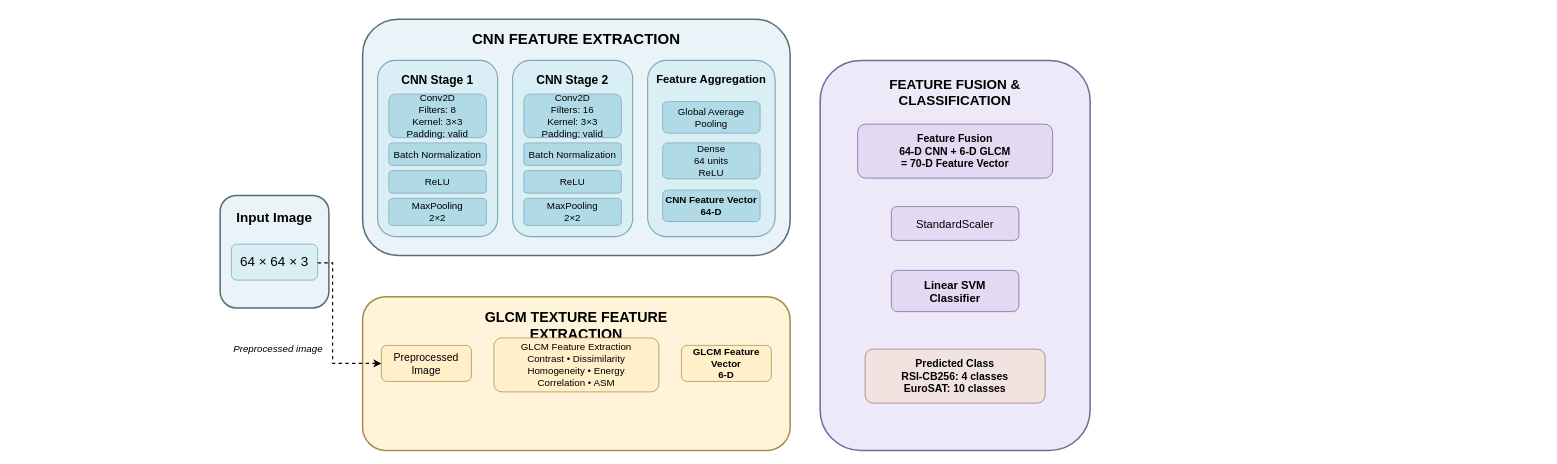
Earlier version of the draw.io diagram cnn glcm architecture.drawio (fac010150-cyber/draw_io). Source tidied: cells renumbered, new cells numbered last; positions are measured from the earlier drawing's top-left corner, leaving out a move shared by most shapes. Both pictures are drawn from the tidied source at 75%, with x=0, y=0 at pixel (220, 19).
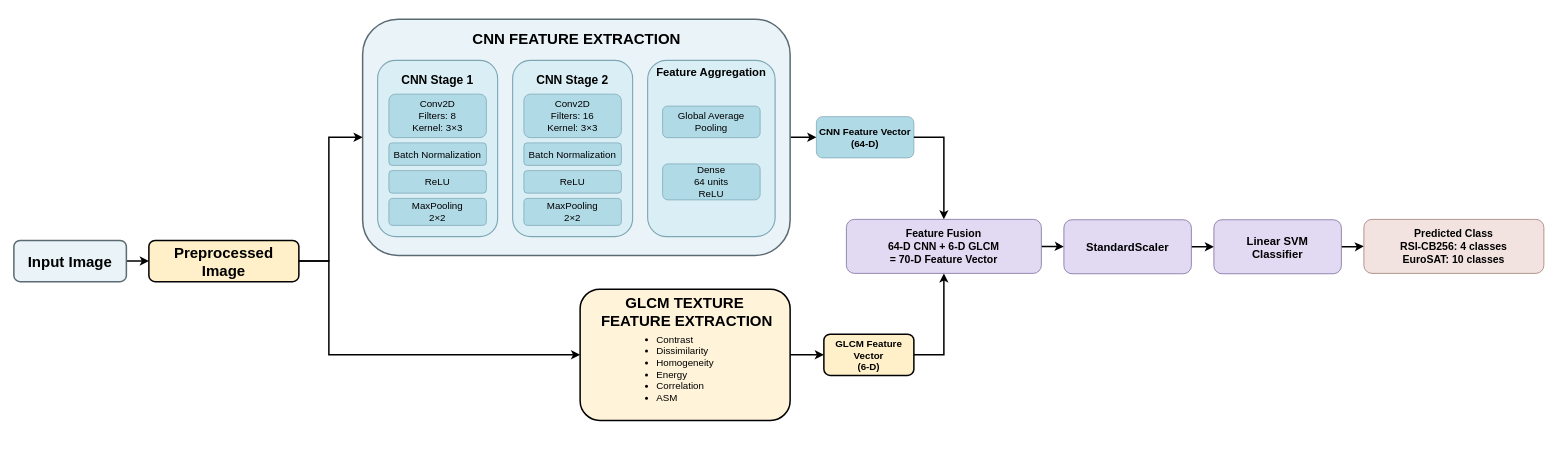
The same diagram, later.

The change refers to these unchanged cells:
```xml
<mxCell id="5" style="rounded=1;whiteSpace=wrap;html=1;fillColor=#EAF4F8;strokeColor=#5B6B73;strokeWidth=2;" parent="1" vertex="1">
  <mxGeometry x="190" width="570" height="315" as="geometry" />
</mxCell>
```

Change to the diagram source:
```diff
@@
+    <mxCell id="55" style="edgeStyle=orthogonalEdgeStyle;rounded=0;jettySize=auto;html=1;strokeWidth=2;" parent="1" edge="1" source="2" target="26">
+      <mxGeometry relative="1" as="geometry" />
+    </mxCell>
-    <mxCell id="2" style="rounded=1;whiteSpace=wrap;html=1;fillColor=#EAF4F8;strokeColor=#5B6B73;strokeWidth=2;" parent="1" vertex="1">
-      <mxGeometry y="235" width="145" height="150" as="geometry" />
+    <mxCell id="2" value="&lt;div&gt;&lt;font style=&quot;font-size: 20px;&quot;&gt;&lt;b&gt;Input Image&lt;/b&gt;&lt;/font&gt;&lt;/div&gt;" style="rounded=1;whiteSpace=wrap;html=1;fillColor=#EAF4F8;strokeColor=#5B6B73;strokeWidth=2;" parent="1" vertex="1">
+      <mxGeometry x="-275" y="295" width="150" height="55" as="geometry" />
     </mxCell>
-    <mxCell id="3" value="Input Image" style="text;html=1;whiteSpace=wrap;strokeColor=none;fillColor=none;fontStyle=1;fontSize=18;align=center;verticalAlign=middle;" parent="1" vertex="1">
-      <mxGeometry x="15" y="250" width="115" height="30" as="geometry" />
-    </mxCell>
-    <mxCell id="4" value="64 × 64 × 3" style="rounded=1;whiteSpace=wrap;html=1;fillColor=#D9EEF5;strokeColor=#7EA7B5;fontSize=18;" parent="1" vertex="1">
-      <mxGeometry x="15" y="300" width="115" height="48" as="geometry" />
-    </mxCell>
+    <mxCell id="56" style="edgeStyle=orthogonalEdgeStyle;rounded=0;jettySize=auto;html=1;strokeWidth=2;" parent="1" edge="1" source="5" target="23">
+      <mxGeometry relative="1" as="geometry" />
+    </mxCell>
@@
     <mxCell id="6" value="CNN FEATURE EXTRACTION" style="text;html=1;whiteSpace=wrap;strokeColor=none;fillColor=none;fontStyle=1;fontSize=20;align=center;verticalAlign=middle;" parent="1" vertex="1">
-      <mxGeometry x="335" y="10" width="280" height="30" as="geometry" />
+      <mxGeometry x="322.5" y="10" width="305" height="30" as="geometry" />
     </mxCell>
@@
-    <mxCell id="9" value="Conv2D&lt;br&gt;Filters: 8&lt;br&gt;Kernel: 3×3&lt;br&gt;Padding: valid" style="rounded=1;whiteSpace=wrap;html=1;fillColor=#B1DAE7;strokeColor=#7EA7B5;fontSize=13;" parent="1" vertex="1">
+    <mxCell id="9" value="Conv2D&lt;br&gt;Filters: 8&lt;br&gt;Kernel: 3×3" style="rounded=1;whiteSpace=wrap;html=1;fillColor=#B1DAE7;strokeColor=#7EA7B5;fontSize=13;" parent="1" vertex="1">
       <mxGeometry x="225" y="100" width="130" height="58" as="geometry" />
     </mxCell>
@@
-    <mxCell id="15" value="Conv2D&lt;br&gt;Filters: 16&lt;br&gt;Kernel: 3×3&lt;br&gt;Padding: valid" style="rounded=1;whiteSpace=wrap;html=1;fillColor=#B1DAE7;strokeColor=#7EA7B5;fontSize=13;" parent="1" vertex="1">
+    <mxCell id="15" value="Conv2D&lt;br&gt;Filters: 16&lt;br&gt;Kernel: 3×3" style="rounded=1;whiteSpace=wrap;html=1;fillColor=#B1DAE7;strokeColor=#7EA7B5;fontSize=13;" parent="1" vertex="1">
       <mxGeometry x="405" y="100" width="130" height="58" as="geometry" />
     </mxCell>
@@
     <mxCell id="20" value="Feature Aggregation" style="text;html=1;whiteSpace=wrap;strokeColor=none;fillColor=none;fontStyle=1;fontSize=15;align=center;" parent="1" vertex="1">
-      <mxGeometry x="580" y="65" width="150" height="28" as="geometry" />
+      <mxGeometry x="580" y="55" width="150" height="28" as="geometry" />
     </mxCell>
     <mxCell id="21" value="Global Average&lt;br&gt;Pooling" style="rounded=1;whiteSpace=wrap;html=1;fillColor=#B1DAE7;strokeColor=#7EA7B5;fontSize=13;" parent="1" vertex="1">
-      <mxGeometry x="590" y="110" width="130" height="42" as="geometry" />
+      <mxGeometry x="590" y="116" width="130" height="42" as="geometry" />
     </mxCell>
     <mxCell id="22" value="Dense&lt;br&gt;64 units&lt;br&gt;ReLU" style="rounded=1;whiteSpace=wrap;html=1;fillColor=#B1DAE7;strokeColor=#7EA7B5;fontSize=13;" parent="1" vertex="1">
-      <mxGeometry x="590" y="165" width="130" height="48" as="geometry" />
+      <mxGeometry x="590" y="193" width="130" height="48" as="geometry" />
     </mxCell>
-    <mxCell id="23" value="CNN Feature Vector&lt;br&gt;64-D" style="rounded=1;whiteSpace=wrap;html=1;fillColor=#B1DAE7;strokeColor=#7EA7B5;fontSize=13;fontStyle=1;" parent="1" vertex="1">
-      <mxGeometry x="590" y="228" width="130" height="42" as="geometry" />
+    <mxCell id="23" value="CNN Feature Vector&lt;br&gt;(64-D)" style="rounded=1;whiteSpace=wrap;html=1;fillColor=#B1DAE7;strokeColor=#7EA7B5;fontSize=13;fontStyle=1;" parent="1" vertex="1">
+      <mxGeometry x="795" y="130" width="130" height="55" as="geometry" />
     </mxCell>
+    <mxCell id="57" style="edgeStyle=orthogonalEdgeStyle;rounded=0;jettySize=auto;html=1;strokeWidth=2;" parent="1" edge="1" source="24" target="28">
+      <mxGeometry relative="1" as="geometry" />
+    </mxCell>
-    <mxCell id="24" style="rounded=1;whiteSpace=wrap;html=1;fillColor=#FFF4DA;strokeColor=#A88B52;strokeWidth=2;" parent="1" vertex="1">
-      <mxGeometry x="190" y="370" width="570" height="205" as="geometry" />
+    <mxCell id="24" style="rounded=1;whiteSpace=wrap;html=1;fillColor=#FFF4DA;strokeColor=light-dark(#000000,#8B7241);strokeWidth=2;" parent="1" vertex="1">
+      <mxGeometry x="480" y="360" width="280" height="175" as="geometry" />
     </mxCell>
-    <mxCell id="25" value="GLCM TEXTURE FEATURE EXTRACTION" style="text;html=1;whiteSpace=wrap;strokeColor=none;fillColor=none;fontStyle=1;fontSize=19;align=center;" parent="1" vertex="1">
-      <mxGeometry x="330" y="380" width="290" height="30" as="geometry" />
+    <mxCell id="25" value="&lt;div&gt;GLCM TEXTURE&amp;nbsp;&lt;/div&gt;&lt;div&gt;FEATURE EXTRACTION&lt;/div&gt;" style="text;html=1;whiteSpace=wrap;strokeColor=none;fillColor=none;fontStyle=1;fontSize=20;align=center;" parent="1" vertex="1">
+      <mxGeometry x="430" y="360" width="385" height="30" as="geometry" />
     </mxCell>
-    <mxCell id="26" value="Preprocessed&lt;br&gt;Image" style="rounded=1;whiteSpace=wrap;html=1;fillColor=#FFF0C9;strokeColor=#A88B52;fontSize=14;" parent="1" vertex="1">
-      <mxGeometry x="215" y="435" width="120" height="48" as="geometry" />
+    <mxCell id="26" value="Preprocessed&lt;br&gt;Image" style="rounded=1;whiteSpace=wrap;html=1;fillColor=#FFF0C9;strokeColor=#000000;fontSize=20;fontStyle=1;strokeWidth=2;" parent="1" vertex="1">
+      <mxGeometry x="-95" y="295" width="200" height="55" as="geometry" />
     </mxCell>
-    <mxCell id="27" value="GLCM Feature Extraction&lt;br&gt;Contrast • Dissimilarity&lt;br&gt;Homogeneity • Energy&lt;br&gt;Correlation • ASM" style="rounded=1;whiteSpace=wrap;html=1;fillColor=#FFF0C9;strokeColor=#A88B52;fontSize=13;" parent="1" vertex="1">
-      <mxGeometry x="365" y="425" width="220" height="72" as="geometry" />
-    </mxCell>
-    <mxCell id="28" value="GLCM Feature Vector&lt;br&gt;6-D" style="rounded=1;whiteSpace=wrap;html=1;fillColor=#FFF0C9;strokeColor=#A88B52;fontSize=13;fontStyle=1;" parent="1" vertex="1">
-      <mxGeometry x="615" y="435" width="120" height="48" as="geometry" />
+    <mxCell id="28" value="&lt;div&gt;GLCM Feature Vector&lt;/div&gt;&lt;div&gt;(6-D)&lt;/div&gt;" style="rounded=1;whiteSpace=wrap;html=1;fillColor=#FFF0C9;strokeColor=#000000;fontSize=13;fontStyle=1;strokeWidth=2;" parent="1" vertex="1">
+      <mxGeometry x="805" y="420" width="120" height="55" as="geometry" />
     </mxCell>
-    <mxCell id="29" style="rounded=1;whiteSpace=wrap;html=1;fillColor=#EEE9F8;strokeColor=#76689A;strokeWidth=2;" parent="1" vertex="1">
-      <mxGeometry x="800" y="55" width="360" height="520" as="geometry" />
-    </mxCell>
-    <mxCell id="30" value="FEATURE FUSION &amp; CLASSIFICATION" style="text;html=1;whiteSpace=wrap;strokeColor=none;fillColor=none;fontStyle=1;fontSize=18;align=center;" parent="1" vertex="1">
-      <mxGeometry x="820" y="70" width="320" height="30" as="geometry" />
-    </mxCell>
+    <mxCell id="58" style="edgeStyle=orthogonalEdgeStyle;rounded=0;jettySize=auto;html=1;strokeWidth=2;" parent="1" edge="1" source="31" target="32">
+      <mxGeometry relative="1" as="geometry" />
+    </mxCell>
     <mxCell id="31" value="Feature Fusion&lt;br&gt;64-D CNN + 6-D GLCM&lt;br&gt;= 70-D Feature Vector" style="rounded=1;whiteSpace=wrap;html=1;fillColor=#E2D9F3;strokeColor=#76689A;fontSize=14;fontStyle=1;" parent="1" vertex="1">
-      <mxGeometry x="850" y="140" width="260" height="72" as="geometry" />
+      <mxGeometry x="835" y="267" width="260" height="72" as="geometry" />
     </mxCell>
+    <mxCell id="59" style="edgeStyle=orthogonalEdgeStyle;rounded=0;jettySize=auto;html=1;strokeWidth=2;" parent="1" edge="1" source="32" target="33">
+      <mxGeometry relative="1" as="geometry" />
+    </mxCell>
-    <mxCell id="32" value="StandardScaler" style="rounded=1;whiteSpace=wrap;html=1;fillColor=#E2D9F3;strokeColor=#76689A;fontSize=15;" parent="1" vertex="1">
-      <mxGeometry x="895" y="250" width="170" height="45" as="geometry" />
+    <mxCell id="32" value="StandardScaler" style="rounded=1;whiteSpace=wrap;html=1;fillColor=#E2D9F3;strokeColor=#76689A;fontSize=15;fontStyle=1;" parent="1" vertex="1">
+      <mxGeometry x="1125" y="267.5" width="170" height="72" as="geometry" />
     </mxCell>
+    <mxCell id="60" style="edgeStyle=orthogonalEdgeStyle;rounded=0;jettySize=auto;html=1;strokeWidth=2;" parent="1" edge="1" source="33" target="34">
+      <mxGeometry relative="1" as="geometry" />
+    </mxCell>
     <mxCell id="33" value="Linear SVM&lt;br&gt;Classifier" style="rounded=1;whiteSpace=wrap;html=1;fillColor=#E2D9F3;strokeColor=#76689A;fontSize=15;fontStyle=1;" parent="1" vertex="1">
-      <mxGeometry x="895" y="335" width="170" height="55" as="geometry" />
+      <mxGeometry x="1325" y="267.5" width="170" height="72" as="geometry" />
     </mxCell>
     <mxCell id="34" value="Predicted Class&lt;br&gt;RSI-CB256: 4 classes&lt;br&gt;EuroSAT: 10 classes" style="rounded=1;whiteSpace=wrap;html=1;fillColor=#F2E3E0;strokeColor=#9B7770;fontSize=14;fontStyle=1;" parent="1" vertex="1">
-      <mxGeometry x="860" y="440" width="240" height="72" as="geometry" />
+      <mxGeometry x="1525" y="267" width="240" height="72" as="geometry" />
     </mxCell>
-    <mxCell id="35" style="edgeStyle=orthogonalEdgeStyle;rounded=0;jettySize=auto;html=1;strokeWidth=2;endArrow=classic;" parent="1" edge="1" source="4" target="9" />
+    <mxCell id="35" style="edgeStyle=orthogonalEdgeStyle;rounded=0;jettySize=auto;html=1;strokeWidth=2;endArrow=classic;" parent="1" edge="1" target="9" />
@@
-    <mxCell id="46" style="edgeStyle=orthogonalEdgeStyle;rounded=0;jettySize=auto;html=1;strokeWidth=1.5;endArrow=classic;" parent="1" edge="1" source="26" target="27" />
+    <mxCell id="46" style="edgeStyle=orthogonalEdgeStyle;rounded=0;jettySize=auto;html=1;strokeWidth=1.5;endArrow=classic;" parent="1" edge="1" source="26" />
-    <mxCell id="47" style="edgeStyle=orthogonalEdgeStyle;rounded=0;jettySize=auto;html=1;strokeWidth=1.5;endArrow=classic;" parent="1" edge="1" source="27" target="28" />
+    <mxCell id="47" style="edgeStyle=orthogonalEdgeStyle;rounded=0;jettySize=auto;html=1;strokeWidth=1.5;endArrow=classic;" parent="1" edge="1" target="28" />
@@
-    <mxCell id="53" value="Preprocessed image" style="text;html=1;whiteSpace=wrap;strokeColor=none;fillColor=none;fontSize=13;fontStyle=2;align=center;" parent="1" vertex="1">
-      <mxGeometry x="15" y="425" width="125" height="25" as="geometry" />
-    </mxCell>
-    <mxCell id="54" style="edgeStyle=orthogonalEdgeStyle;rounded=0;jettySize=auto;html=1;strokeWidth=1.5;dashed=1;endArrow=classic;" parent="1" edge="1" source="4" target="26">
-      <mxGeometry relative="1" as="geometry">
-        <Array as="points">
-          <mxPoint x="150" y="325" />
-          <mxPoint x="150" y="459" />
-        </Array>
-      </mxGeometry>
-    </mxCell>
+    <mxCell id="61" value="&lt;div align=&quot;left&quot;&gt;&lt;ul&gt;&lt;li&gt;Contrast&amp;nbsp;&lt;/li&gt;&lt;li&gt;Dissimilarity&lt;/li&gt;&lt;li&gt;Homogeneity&amp;nbsp;&lt;/li&gt;&lt;li&gt;Energy&amp;nbsp;&lt;/li&gt;&lt;li&gt;Correlation&amp;nbsp;&lt;/li&gt;&lt;li&gt;ASM&lt;/li&gt;&lt;/ul&gt;&lt;/div&gt;" style="text;html=1;whiteSpace=wrap;strokeColor=none;fillColor=none;align=left;verticalAlign=middle;rounded=0;fontSize=13;" parent="1" vertex="1">
+      <mxGeometry x="540" y="438.5" width="70" height="55" as="geometry" />
+    </mxCell>
+    <mxCell id="62" style="edgeStyle=none;jettySize=auto;html=1;rounded=0;exitX=1;exitY=0.5;exitDx=0;exitDy=0;entryX=0;entryY=0.5;entryDx=0;entryDy=0;curved=0;strokeWidth=2;" parent="1" edge="1" source="26" target="5">
+      <mxGeometry relative="1" as="geometry">
+        <Array as="points">
+          <mxPoint x="145" y="322.5" />
+          <mxPoint x="145" y="157.5" />
+        </Array>
+      </mxGeometry>
+    </mxCell>
+    <mxCell id="63" style="edgeStyle=none;jettySize=auto;html=1;rounded=0;exitX=1;exitY=0.5;exitDx=0;exitDy=0;entryX=0;entryY=0.5;entryDx=0;entryDy=0;curved=0;strokeWidth=2;" parent="1" edge="1" source="26" target="24">
+      <mxGeometry x="-0.32" relative="1" as="geometry">
+        <Array as="points">
+          <mxPoint x="145" y="322.5" />
+          <mxPoint x="145" y="447.5" />
+        </Array>
+      </mxGeometry>
+    </mxCell>
+    <mxCell id="64" style="edgeStyle=none;jettySize=auto;html=1;rounded=0;exitX=1;exitY=0.5;exitDx=0;exitDy=0;entryX=0.5;entryY=0;entryDx=0;entryDy=0;strokeWidth=2;" parent="1" edge="1" source="23" target="31">
+      <mxGeometry relative="1" as="geometry">
+        <Array as="points">
+          <mxPoint x="965" y="157.5" />
+        </Array>
+      </mxGeometry>
+    </mxCell>
+    <mxCell id="65" style="edgeStyle=none;jettySize=auto;html=1;rounded=0;exitX=1;exitY=0.5;exitDx=0;exitDy=0;entryX=0.5;entryY=1;entryDx=0;entryDy=0;strokeWidth=2;" parent="1" edge="1" source="28" target="31">
+      <mxGeometry relative="1" as="geometry">
+        <Array as="points">
+          <mxPoint x="965" y="447.5" />
+        </Array>
+      </mxGeometry>
+    </mxCell>
```
